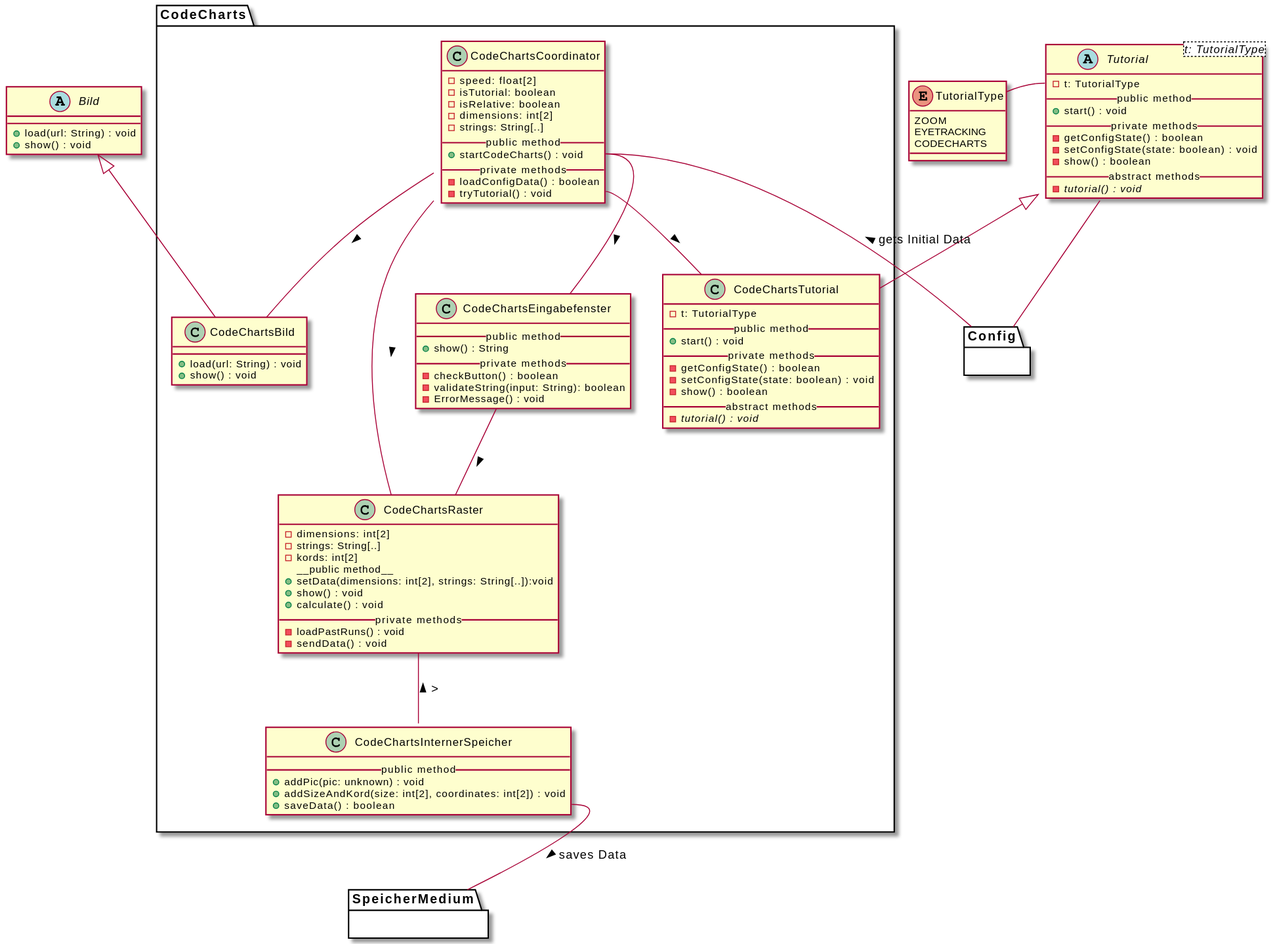
Above: meilenstein_03/uml-code_charts/uml-code_charts.svg in weichware10/meilensteine (PlantUML), before the change.
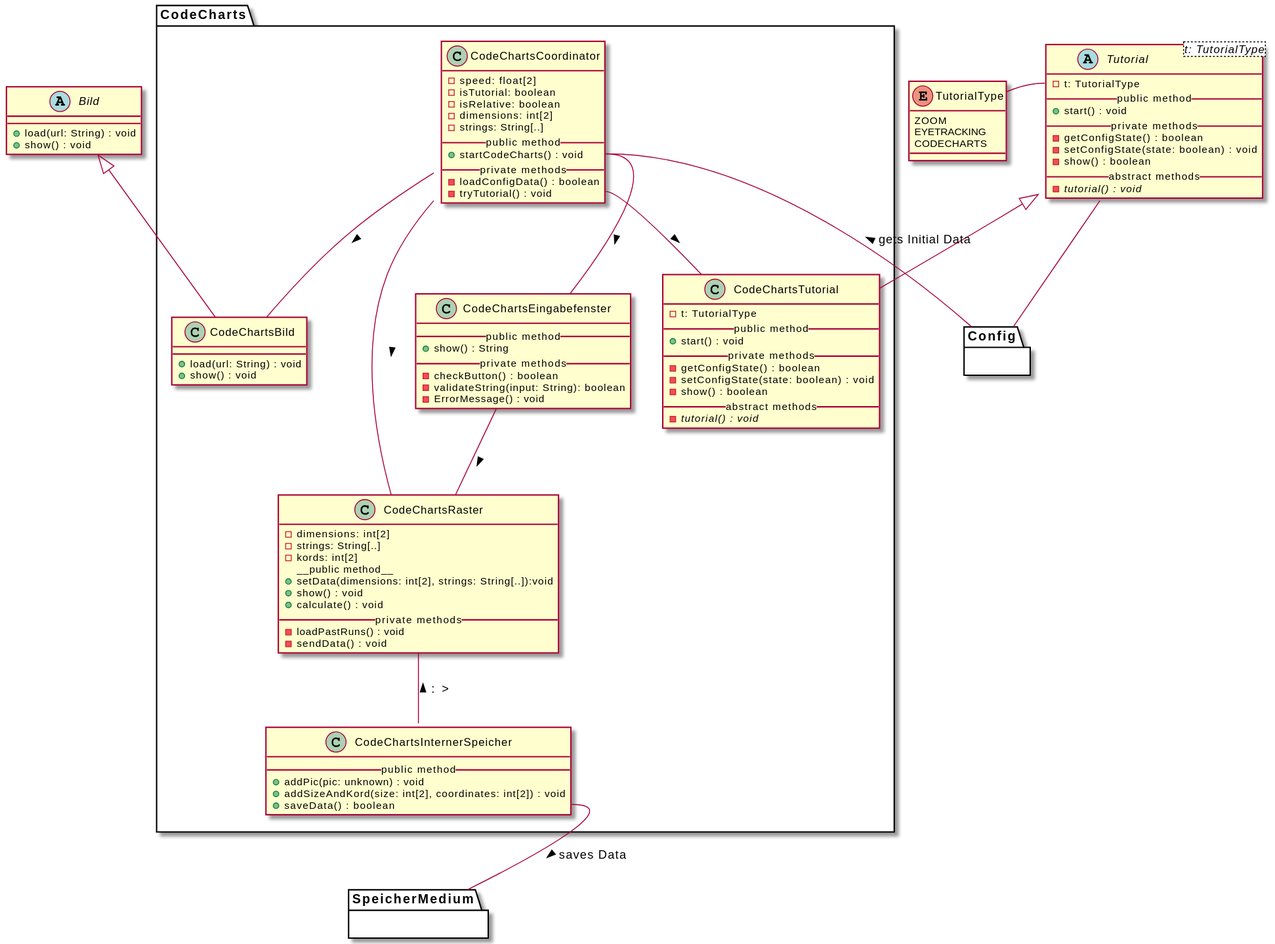
The same diagram one commit later.

Commit message:
Render PlantUML SVGs

The edit, as a diff of the source:
```diff
@@ -98,7 +98,7 @@
     CodeChartsCoordinator -- CodeChartsRaster : >
     CodeChartsCoordinator::startCodeCharts -- CodeChartsEingabefenster : >
     CodeChartsCoordinator::tryTutorial -- CodeChartsTutorial : >
-    CodeChartsRaster -- CodeChartsInternerSpeicher : < >
+    CodeChartsRaster -- CodeChartsInternerSpeicher : < : >
     CodeChartsEingabefenster -- CodeChartsRaster : >
 
 
```
